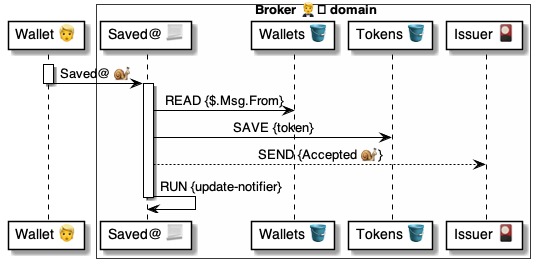
This is 4 ⚙️ Solution/20 🧑‍🦰 UI/Brokers 🤵/🤵🅰️ Broker methods/Tokens 🎫 Saved 🧑‍🦰🐌🤵/🤵 Saved ⚙️ uml.png from pollyweb-org/pollyweb-docs, a PlantUML export, as it was before one commit. Its source is kept beside it as 4 ⚙️ Solution/20 🧑‍🦰 UI/Brokers 🤵/🤵🅰️ Broker methods/Tokens 🎫 Saved 🧑‍🦰🐌🤵/🤵 Saved ⚙️ uml.puml.
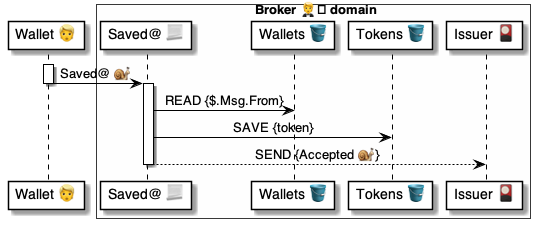
The same file after the commit.

Change to the diagram source:
```diff
@@ -18,7 +18,6 @@
     broker -> wallets: READ {$.Msg.From}
     broker -> tokens: SAVE {token}
     broker --> issuer: SEND {Accepted 🐌}
-    broker -> broker: RUN {update-notifier}
 deactivate broker
 
 
```
